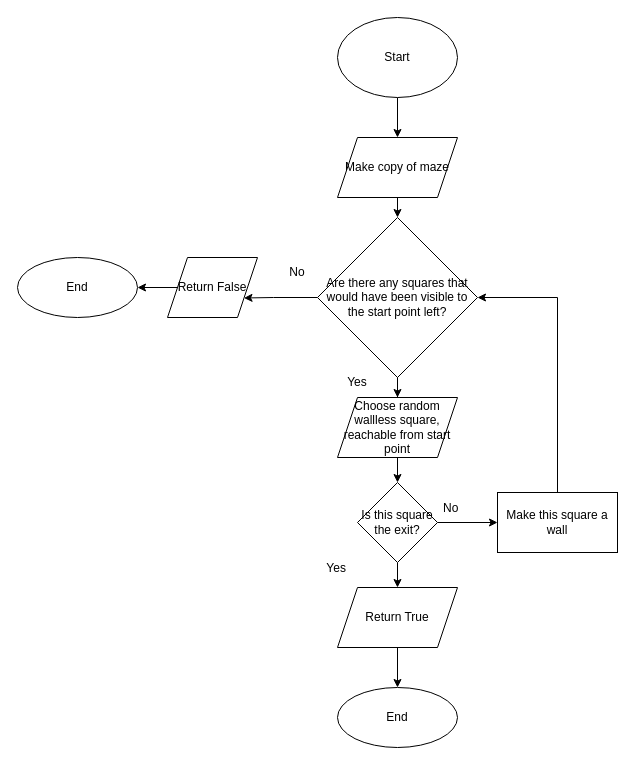
stanbennard/MazeProject2021 keeps this draw.io diagram as PathFinder 1.drawio. Above is the earlier version. Source tidied: cells renumbered, new cells numbered last; positions are measured from the earlier drawing's top-left corner, leaving out a move shared by most shapes. Both pictures are drawn from the tidied source at 100%, with x=0, y=0 at pixel (17, 17).
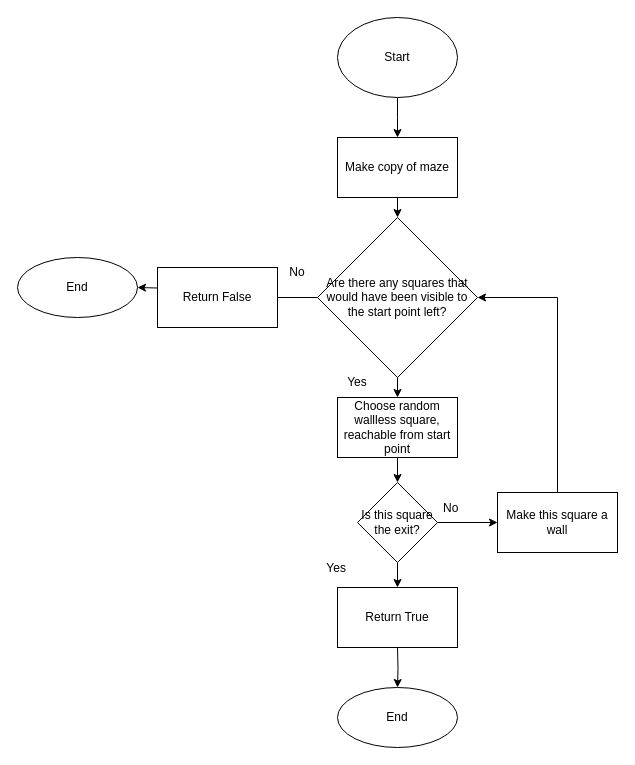
Above is the later version.

The change refers to these unchanged cells:
```xml
<mxCell id="3" value="Start" style="ellipse;whiteSpace=wrap;html=1;" parent="1" vertex="1">
  <mxGeometry x="320" width="120" height="80" as="geometry" />
</mxCell>
<mxCell id="11" value="End" style="ellipse;whiteSpace=wrap;html=1;" parent="1" vertex="1">
  <mxGeometry x="320" y="670" width="120" height="60" as="geometry" />
</mxCell>
<mxCell id="20" value="Are there any squares that would have been visible to the start point left?" style="rhombus;whiteSpace=wrap;html=1;" parent="1" vertex="1">
  <mxGeometry x="300" y="200" width="160" height="160" as="geometry" />
</mxCell>
<mxCell id="23" value="End" style="ellipse;whiteSpace=wrap;html=1;" parent="1" vertex="1">
  <mxGeometry y="240" width="120" height="60" as="geometry" />
</mxCell>
```

What changed in the source:
```diff
@@
-    <mxCell id="2" style="edgeStyle=orthogonalEdgeStyle;rounded=0;jettySize=auto;html=1;entryX=0.5;entryY=0;entryDx=0;entryDy=0;" parent="1" edge="1" source="3" target="5">
-      <mxGeometry relative="1" as="geometry" />
+    <mxCell id="2" style="edgeStyle=orthogonalEdgeStyle;rounded=0;jettySize=auto;html=1;entryX=0.5;entryY=0;entryDx=0;entryDy=0;" parent="1" edge="1" source="3">
+      <mxGeometry relative="1" as="geometry">
+        <mxPoint x="380" y="120" as="targetPoint" />
+      </mxGeometry>
     </mxCell>
@@
-    <mxCell id="4" style="edgeStyle=orthogonalEdgeStyle;rounded=0;jettySize=auto;html=1;exitX=0.5;exitY=1;exitDx=0;exitDy=0;entryX=0.5;entryY=0;entryDx=0;entryDy=0;" parent="1" edge="1" source="5" target="20">
-      <mxGeometry relative="1" as="geometry" />
+    <mxCell id="4" style="edgeStyle=orthogonalEdgeStyle;rounded=0;jettySize=auto;html=1;exitX=0.5;exitY=1;exitDx=0;exitDy=0;entryX=0.5;entryY=0;entryDx=0;entryDy=0;" parent="1" edge="1" target="20">
+      <mxGeometry relative="1" as="geometry">
+        <mxPoint x="380" y="180" as="sourcePoint" />
+      </mxGeometry>
     </mxCell>
-    <mxCell id="5" value="Make copy of maze" style="shape=parallelogram;perimeter=parallelogramPerimeter;whiteSpace=wrap;html=1;fixedSize=1;" parent="1" vertex="1">
-      <mxGeometry x="320" y="120" width="120" height="60" as="geometry" />
-    </mxCell>
-    <mxCell id="6" style="edgeStyle=orthogonalEdgeStyle;rounded=0;jettySize=auto;html=1;" parent="1" edge="1" source="7">
+    <mxCell id="6" style="edgeStyle=orthogonalEdgeStyle;rounded=0;orthogonalLoop=1;jettySize=auto;html=1;" parent="1" edge="1">
       <mxGeometry relative="1" as="geometry">
+        <mxPoint x="380" y="440" as="sourcePoint" />
         <mxPoint x="380" y="465" as="targetPoint" />
       </mxGeometry>
     </mxCell>
-    <mxCell id="7" value="Choose random wallless square, reachable from start point" style="shape=parallelogram;perimeter=parallelogramPerimeter;whiteSpace=wrap;html=1;fixedSize=1;" parent="1" vertex="1">
-      <mxGeometry x="320" y="380" width="120" height="60" as="geometry" />
-    </mxCell>
@@
-    <mxCell id="12" style="edgeStyle=orthogonalEdgeStyle;rounded=0;jettySize=auto;html=1;" parent="1" edge="1" source="13" target="11">
-      <mxGeometry relative="1" as="geometry" />
+    <mxCell id="12" style="edgeStyle=orthogonalEdgeStyle;rounded=0;jettySize=auto;html=1;" parent="1" edge="1" target="11">
+      <mxGeometry relative="1" as="geometry">
+        <mxPoint x="380" y="630" as="sourcePoint" />
+      </mxGeometry>
     </mxCell>
-    <mxCell id="13" value="Return True" style="shape=parallelogram;perimeter=parallelogramPerimeter;whiteSpace=wrap;html=1;fixedSize=1;" parent="1" vertex="1">
-      <mxGeometry x="320" y="570" width="120" height="60" as="geometry" />
-    </mxCell>
@@
-    <mxCell id="18" style="edgeStyle=orthogonalEdgeStyle;rounded=0;jettySize=auto;html=1;entryX=0.5;entryY=0;entryDx=0;entryDy=0;" parent="1" edge="1" source="20" target="7">
-      <mxGeometry relative="1" as="geometry" />
+    <mxCell id="18" style="edgeStyle=orthogonalEdgeStyle;rounded=0;jettySize=auto;html=1;entryX=0.5;entryY=0;entryDx=0;entryDy=0;" parent="1" edge="1" source="20">
+      <mxGeometry relative="1" as="geometry">
+        <mxPoint x="380" y="380" as="targetPoint" />
+      </mxGeometry>
     </mxCell>
-    <mxCell id="19" style="edgeStyle=orthogonalEdgeStyle;rounded=0;jettySize=auto;html=1;exitX=0;exitY=0.5;exitDx=0;exitDy=0;entryX=1;entryY=0.75;entryDx=0;entryDy=0;" parent="1" edge="1" source="20" target="25">
+    <mxCell id="19" style="edgeStyle=orthogonalEdgeStyle;rounded=0;jettySize=auto;html=1;exitX=0;exitY=0.5;exitDx=0;exitDy=0;" parent="1" edge="1" source="20">
       <mxGeometry relative="1" as="geometry">
+        <mxPoint x="260" y="281" as="targetPoint" />
         <Array as="points">
           <mxPoint x="256" y="280" />
         </Array>
       </mxGeometry>
     </mxCell>
@@
-    <mxCell id="24" style="edgeStyle=orthogonalEdgeStyle;rounded=0;jettySize=auto;html=1;" parent="1" edge="1" source="25" target="23">
-      <mxGeometry relative="1" as="geometry" />
+    <mxCell id="24" style="edgeStyle=orthogonalEdgeStyle;rounded=0;jettySize=auto;html=1;" parent="1" edge="1" target="23">
+      <mxGeometry relative="1" as="geometry">
+        <mxPoint x="160" y="270" as="sourcePoint" />
+      </mxGeometry>
     </mxCell>
+    <mxCell id="7" value="Choose random wallless square, reachable from start point" style="whiteSpace=wrap;html=1;" parent="1" vertex="1">
+      <mxGeometry x="320" y="380" width="120" height="60" as="geometry" />
+    </mxCell>
+    <mxCell id="5" value="&lt;span&gt;Make copy of maze&lt;/span&gt;" style="rounded=0;whiteSpace=wrap;html=1;" parent="1" vertex="1">
+      <mxGeometry x="320" y="120" width="120" height="60" as="geometry" />
+    </mxCell>
+    <mxCell id="13" value="Return True" style="whiteSpace=wrap;html=1;" parent="1" vertex="1">
+      <mxGeometry x="320" y="570" width="120" height="60" as="geometry" />
+    </mxCell>
-    <mxCell id="25" value="Return False" style="shape=parallelogram;perimeter=parallelogramPerimeter;whiteSpace=wrap;html=1;fixedSize=1;" parent="1" vertex="1">
-      <mxGeometry x="150" y="240" width="90" height="60" as="geometry" />
+    <mxCell id="25" value="Return False" style="whiteSpace=wrap;html=1;" parent="1" vertex="1">
+      <mxGeometry x="140" y="250" width="120" height="60" as="geometry" />
     </mxCell>
```
